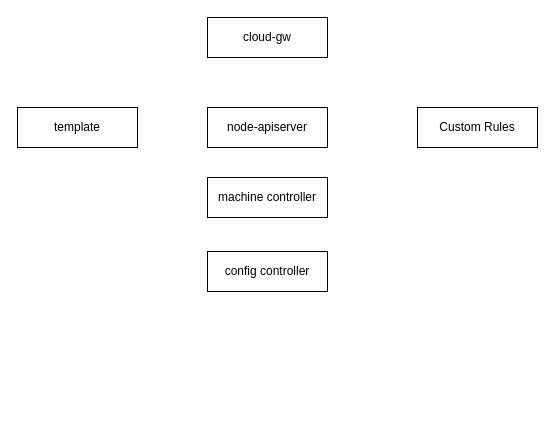
This is NativeDetect.drawio from payall4u/draw.io, a draw.io file, before an edit. Source tidied: cells renumbered, new cells numbered last; positions are measured from the earlier drawing's top-left corner, leaving out a move shared by most shapes. Both pictures are drawn from the tidied source at 100%, with x=0, y=0 at pixel (17, 17).
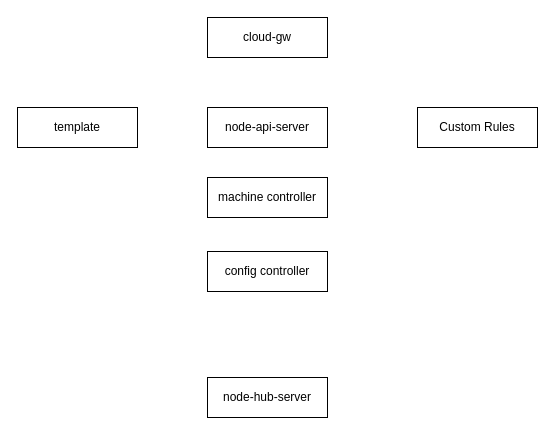
Above is the later version.

Diff of the diagram source:
```diff
@@
 <mxGraphModel>
   <root>
     <mxCell id="0" />
     <mxCell id="1" parent="0" />
     <mxCell id="2" value="cloud-gw" style="whiteSpace=wrap;html=1;" parent="1" vertex="1">
       <mxGeometry x="190" width="120" height="40" as="geometry" />
     </mxCell>
-    <mxCell id="3" value="node-apiserver" style="whiteSpace=wrap;html=1;" parent="1" vertex="1">
+    <mxCell id="3" value="node-api-server" style="whiteSpace=wrap;html=1;" parent="1" vertex="1">
       <mxGeometry x="190" y="90" width="120" height="40" as="geometry" />
     </mxCell>
     <mxCell id="4" value="template" style="whiteSpace=wrap;html=1;" parent="1" vertex="1">
       <mxGeometry y="90" width="120" height="40" as="geometry" />
     </mxCell>
     <mxCell id="5" value="Custom Rules" style="whiteSpace=wrap;html=1;" parent="1" vertex="1">
       <mxGeometry x="400" y="90" width="120" height="40" as="geometry" />
     </mxCell>
     <mxCell id="6" value="machine controller" style="whiteSpace=wrap;html=1;" parent="1" vertex="1">
       <mxGeometry x="190" y="160" width="120" height="40" as="geometry" />
     </mxCell>
     <mxCell id="7" value="config controller" style="whiteSpace=wrap;html=1;" parent="1" vertex="1">
       <mxGeometry x="190" y="234" width="120" height="40" as="geometry" />
     </mxCell>
+    <mxCell id="8" value="node-hub-server" style="whiteSpace=wrap;html=1;" parent="1" vertex="1">
+      <mxGeometry x="190" y="360" width="120" height="40" as="geometry" />
+    </mxCell>
   </root>
 </mxGraphModel>
```
